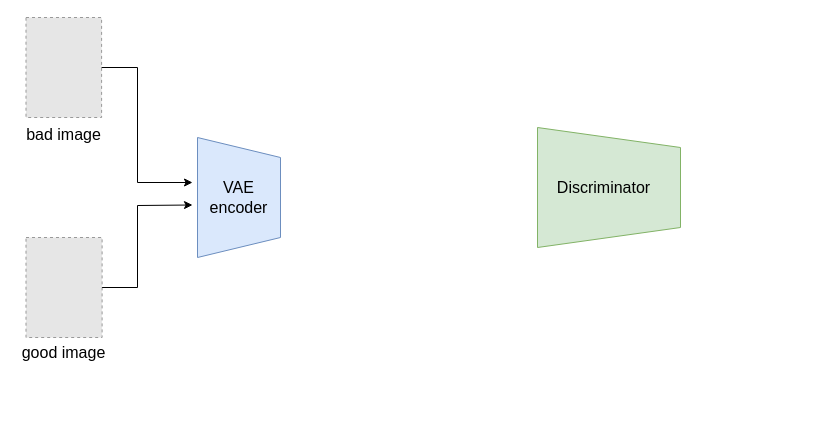
Earlier version of the draw.io diagram 判别器训练.drawio (Sinon0919/SwartArt). Source tidied: cells renumbered, new cells numbered last; positions are measured from the earlier drawing's top-left corner, leaving out a move shared by most shapes. Both pictures are drawn from the tidied source at 100%, with x=0, y=0 at pixel (17, 17). Pictures stored in the file or linked from it are replaced by grey dashed boxes.
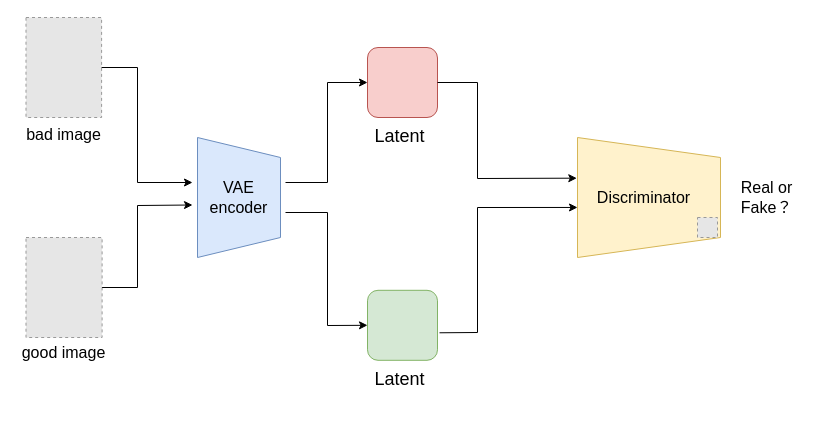
The same page after the edit.

Commit message (it also covers changes not shown here):
更新判别器训练.drawio

Unchanged cells that the change refers to:
```xml
<mxCell id="9" value="&lt;span style=&quot;font-size: 16px;&quot;&gt;VAE encoder&lt;/span&gt;" style="text;strokeColor=none;align=center;fillColor=none;html=1;verticalAlign=middle;whiteSpace=wrap;rounded=0;" parent="1" vertex="1">
  <mxGeometry x="175" y="165" width="93" height="30" as="geometry" />
</mxCell>
```

What changed in the source:
```diff
@@
-    <mxCell id="6" style="shape=trapezoid;perimeter=trapezoidPerimeter;whiteSpace=wrap;html=1;fixedSize=1;direction=south;fillColor=#d5e8d4;strokeColor=#82b366;" parent="1" vertex="1">
-      <mxGeometry x="520" y="110" width="143" height="120" as="geometry" />
+    <mxCell id="6" style="shape=trapezoid;perimeter=trapezoidPerimeter;whiteSpace=wrap;html=1;fixedSize=1;direction=south;fillColor=#fff2cc;strokeColor=#d6b656;" parent="1" vertex="1">
+      <mxGeometry x="560" y="120" width="143" height="120" as="geometry" />
     </mxCell>
     <mxCell id="7" value="&lt;font style=&quot;font-size: 16px;&quot;&gt;Discriminator&lt;/font&gt;" style="text;strokeColor=none;align=center;fillColor=none;html=1;verticalAlign=middle;whiteSpace=wrap;rounded=0;" parent="1" vertex="1">
-      <mxGeometry x="540" y="155" width="93" height="30" as="geometry" />
+      <mxGeometry x="580" y="165" width="93" height="30" as="geometry" />
     </mxCell>
@@
+    <mxCell id="12" style="rounded=1;whiteSpace=wrap;html=1;fillColor=#f8cecc;strokeColor=#b85450;" parent="1" vertex="1">
+      <mxGeometry x="350" y="30" width="70" height="70" as="geometry" />
+    </mxCell>
+    <mxCell id="13" value="&lt;font style=&quot;font-size: 18px;&quot;&gt;Latent&amp;nbsp;&lt;/font&gt;" style="text;strokeColor=none;align=center;fillColor=none;html=1;verticalAlign=middle;whiteSpace=wrap;rounded=0;" parent="1" vertex="1">
+      <mxGeometry x="340" y="84.3" width="90" height="70" as="geometry" />
+    </mxCell>
+    <mxCell id="14" style="rounded=1;whiteSpace=wrap;html=1;fillColor=#d5e8d4;strokeColor=#82b366;" parent="1" vertex="1">
+      <mxGeometry x="350" y="272.8" width="70" height="70" as="geometry" />
+    </mxCell>
+    <mxCell id="15" value="&lt;font style=&quot;font-size: 18px;&quot;&gt;Latent&amp;nbsp;&lt;/font&gt;" style="text;strokeColor=none;align=center;fillColor=none;html=1;verticalAlign=middle;whiteSpace=wrap;rounded=0;" parent="1" vertex="1">
+      <mxGeometry x="340" y="327.2" width="90" height="70" as="geometry" />
+    </mxCell>
+    <mxCell id="16" style="endArrow=classic;html=1;rounded=0;exitX=1;exitY=0;exitDx=0;exitDy=0;entryX=0;entryY=0.5;entryDx=0;entryDy=0;" parent="1" edge="1" source="9" target="12">
+      <mxGeometry relative="1" as="geometry">
+        <Array as="points">
+          <mxPoint x="310" y="165" />
+          <mxPoint x="310" y="65" />
+        </Array>
+      </mxGeometry>
+    </mxCell>
+    <mxCell id="17" style="endArrow=classic;html=1;rounded=0;exitX=1;exitY=1;exitDx=0;exitDy=0;entryX=0;entryY=0.5;entryDx=0;entryDy=0;" parent="1" edge="1" source="9" target="14">
+      <mxGeometry relative="1" as="geometry">
+        <Array as="points">
+          <mxPoint x="310" y="195" />
+          <mxPoint x="310" y="308" />
+        </Array>
+      </mxGeometry>
+    </mxCell>
+    <mxCell id="18" style="endArrow=classic;html=1;rounded=0;exitX=1;exitY=0.5;exitDx=0;exitDy=0;entryX=0.339;entryY=1.005;entryDx=0;entryDy=0;entryPerimeter=0;" parent="1" edge="1" source="12" target="6">
+      <mxGeometry relative="1" as="geometry">
+        <Array as="points">
+          <mxPoint x="460" y="65" />
+          <mxPoint x="460" y="161" />
+        </Array>
+      </mxGeometry>
+    </mxCell>
+    <mxCell id="19" style="endArrow=classic;html=1;rounded=0;entryX=0.583;entryY=1;entryDx=0;entryDy=0;entryPerimeter=0;exitX=1.029;exitY=0.607;exitDx=0;exitDy=0;exitPerimeter=0;" parent="1" edge="1" source="14" target="6">
+      <mxGeometry relative="1" as="geometry">
+        <Array as="points">
+          <mxPoint x="460" y="315" />
+          <mxPoint x="460" y="190" />
+        </Array>
+      </mxGeometry>
+    </mxCell>
+    <mxCell id="20" value="&lt;span style=&quot;font-size: 16px;&quot;&gt;Real or Fake？&lt;/span&gt;" style="text;strokeColor=none;align=center;fillColor=none;html=1;verticalAlign=middle;whiteSpace=wrap;rounded=0;" parent="1" vertex="1">
+      <mxGeometry x="703" y="165" width="93" height="30" as="geometry" />
+    </mxCell>
+    <mxCell id="21" style="fillColor=#E6E6E6;strokeColor=#999999;dashed=1;verticalLabelPosition=bottom;labelBackgroundColor=default;verticalAlign=top;" parent="1" vertex="1">
+      <mxGeometry x="680" y="200" width="20" height="20" as="geometry" />
+    </mxCell>
```
